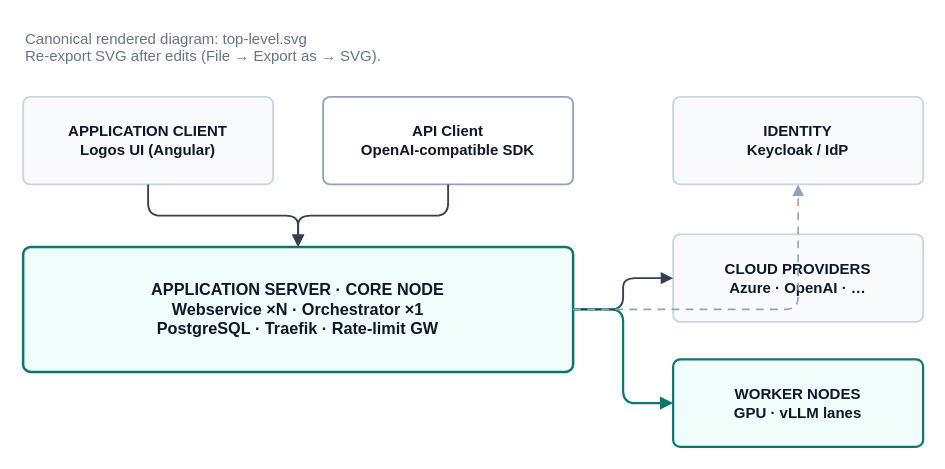
Earlier version of the draw.io diagram page "Top-Level" (1 of 4) of logos/docs/static/img/system-design/system-design.drawio (ls1intum/edutelligence). Source tidied: cells renumbered, new cells numbered last; positions are measured from the earlier drawing's top-left corner, leaving out a move shared by most shapes. Both pictures are drawn from the tidied source at 125%, with x=0, y=0 at pixel (22, 21).
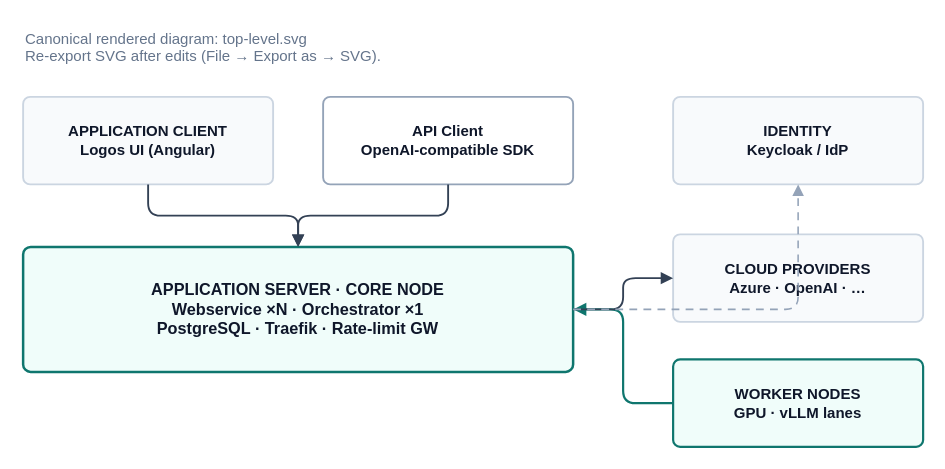
The same diagram, later.

Change to the diagram source:
```diff
@@
 <mxGraphModel>
   <root>
     <mxCell id="0" />
     <mxCell id="1" parent="0" />
     <mxCell id="2" value="Canonical rendered diagram: top-level.svg&#10;Re-export SVG after edits (File → Export as → SVG)." style="text;html=1;strokeColor=none;fillColor=none;align=left;fontFamily=Helvetica;fontSize=12;fontColor=#64748B;" parent="1" vertex="1">
       <mxGeometry width="520" height="40" as="geometry" />
     </mxCell>
     <mxCell id="3" value="APPLICATION CLIENT&#10;Logos UI (Angular)" style="rounded=1;whiteSpace=wrap;html=1;arcSize=8;fillColor=#F8FAFC;strokeColor=#CBD5E1;strokeWidth=1.5;fontFamily=Helvetica;fontSize=12;fontStyle=1;fontColor=#0F172A;" parent="1" vertex="1">
       <mxGeometry y="60" width="200" height="70" as="geometry" />
     </mxCell>
     <mxCell id="4" value="API Client&#10;OpenAI-compatible SDK" style="rounded=1;whiteSpace=wrap;html=1;arcSize=8;fillColor=#FFFFFF;strokeColor=#94A3B8;strokeWidth=1.5;fontFamily=Helvetica;fontSize=12;fontStyle=1;fontColor=#0F172A;" parent="1" vertex="1">
       <mxGeometry x="240" y="60" width="200" height="70" as="geometry" />
     </mxCell>
     <mxCell id="5" value="APPLICATION SERVER · CORE NODE&#10;Webservice ×N  ·  Orchestrator ×1&#10;PostgreSQL · Traefik · Rate-limit GW" style="rounded=1;whiteSpace=wrap;html=1;arcSize=6;fillColor=#F0FDFA;strokeColor=#0F766E;strokeWidth=2;fontFamily=Helvetica;fontSize=13;fontStyle=1;fontColor=#0F172A;" parent="1" vertex="1">
       <mxGeometry y="180" width="440" height="100" as="geometry" />
     </mxCell>
     <mxCell id="6" value="IDENTITY&#10;Keycloak / IdP" style="rounded=1;whiteSpace=wrap;html=1;arcSize=8;fillColor=#F8FAFC;strokeColor=#CBD5E1;strokeWidth=1.5;fontFamily=Helvetica;fontSize=12;fontStyle=1;fontColor=#0F172A;" parent="1" vertex="1">
       <mxGeometry x="520" y="60" width="200" height="70" as="geometry" />
     </mxCell>
     <mxCell id="7" value="CLOUD PROVIDERS&#10;Azure · OpenAI · …" style="rounded=1;whiteSpace=wrap;html=1;arcSize=8;fillColor=#F8FAFC;strokeColor=#CBD5E1;strokeWidth=1.5;fontFamily=Helvetica;fontSize=12;fontStyle=1;fontColor=#0F172A;" parent="1" vertex="1">
       <mxGeometry x="520" y="170" width="200" height="70" as="geometry" />
     </mxCell>
     <mxCell id="8" value="WORKER NODES&#10;GPU · vLLM lanes" style="rounded=1;whiteSpace=wrap;html=1;arcSize=8;fillColor=#F0FDFA;strokeColor=#0F766E;strokeWidth=1.75;fontFamily=Helvetica;fontSize=12;fontStyle=1;fontColor=#0F172A;" parent="1" vertex="1">
       <mxGeometry x="520" y="270" width="200" height="70" as="geometry" />
     </mxCell>
     <mxCell id="9" style="edgeStyle=orthogonalEdgeStyle;rounded=1;html=1;strokeColor=#334155;strokeWidth=1.5;endArrow=block;endFill=1;" parent="1" edge="1" source="3" target="5">
       <mxGeometry relative="1" as="geometry" />
     </mxCell>
     <mxCell id="10" style="edgeStyle=orthogonalEdgeStyle;rounded=1;html=1;strokeColor=#334155;strokeWidth=1.5;endArrow=block;endFill=1;" parent="1" edge="1" source="4" target="5">
       <mxGeometry relative="1" as="geometry" />
     </mxCell>
-    <mxCell id="11" style="edgeStyle=orthogonalEdgeStyle;rounded=1;html=1;strokeColor=#0F766E;strokeWidth=1.75;endArrow=block;endFill=1;" parent="1" edge="1" source="5" target="8">
+    <mxCell id="11" style="edgeStyle=orthogonalEdgeStyle;rounded=1;html=1;strokeColor=#0F766E;strokeWidth=1.75;endArrow=block;endFill=1;" parent="1" edge="1" source="8" target="5">
       <mxGeometry relative="1" as="geometry" />
     </mxCell>
     <mxCell id="12" style="edgeStyle=orthogonalEdgeStyle;rounded=1;html=1;strokeColor=#334155;strokeWidth=1.5;endArrow=block;endFill=1;" parent="1" edge="1" source="5" target="7">
       <mxGeometry relative="1" as="geometry" />
     </mxCell>
     <mxCell id="13" style="edgeStyle=orthogonalEdgeStyle;rounded=1;html=1;strokeColor=#94A3B8;strokeWidth=1.25;dashed=1;dashPattern=5 4;endArrow=block;endFill=1;" parent="1" edge="1" source="5" target="6">
       <mxGeometry relative="1" as="geometry" />
     </mxCell>
   </root>
 </mxGraphModel>
```
